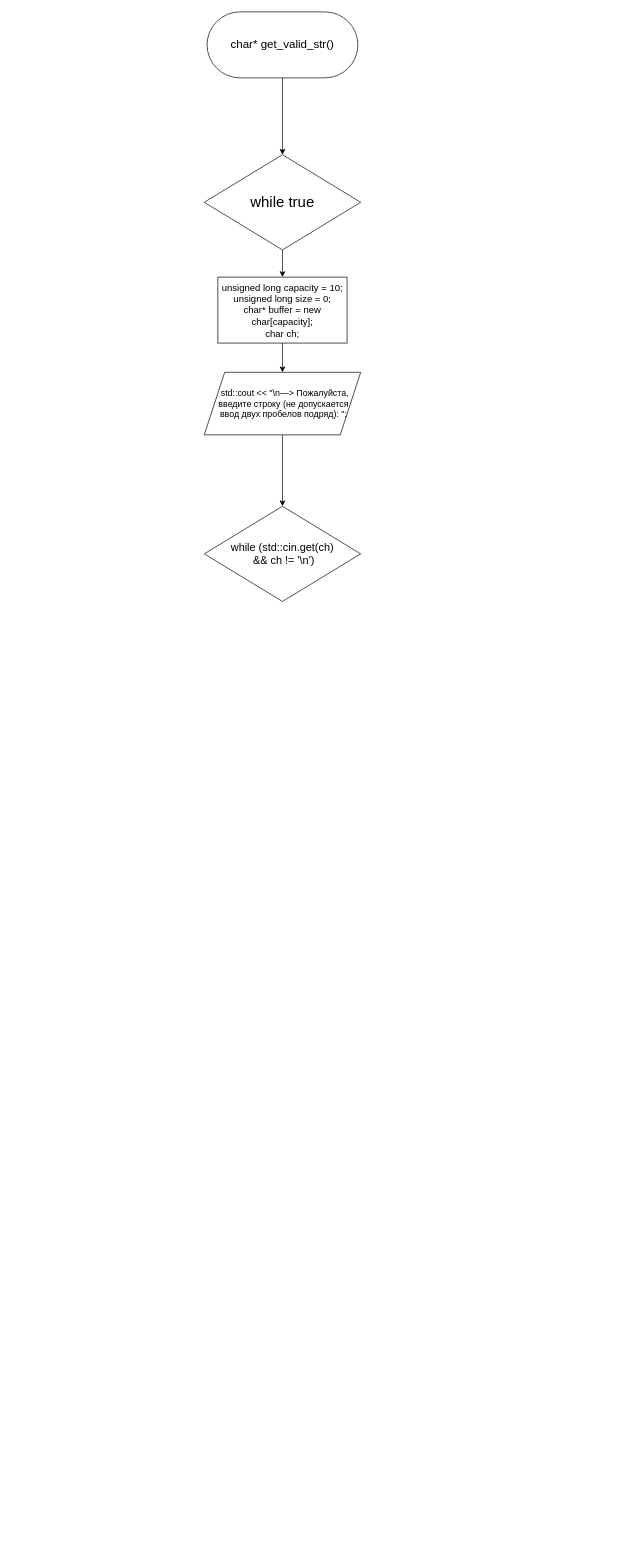
Earlier version of the draw.io diagram LAB7_get_valid_str.drawio (kravecila28-ops/Block-diagram_templates). Source tidied: cells renumbered, new cells numbered last; positions are measured from the earlier drawing's top-left corner, leaving out a move shared by most shapes. Both pictures are drawn from the tidied source at 68%, with x=0, y=0 at pixel (204, 12).
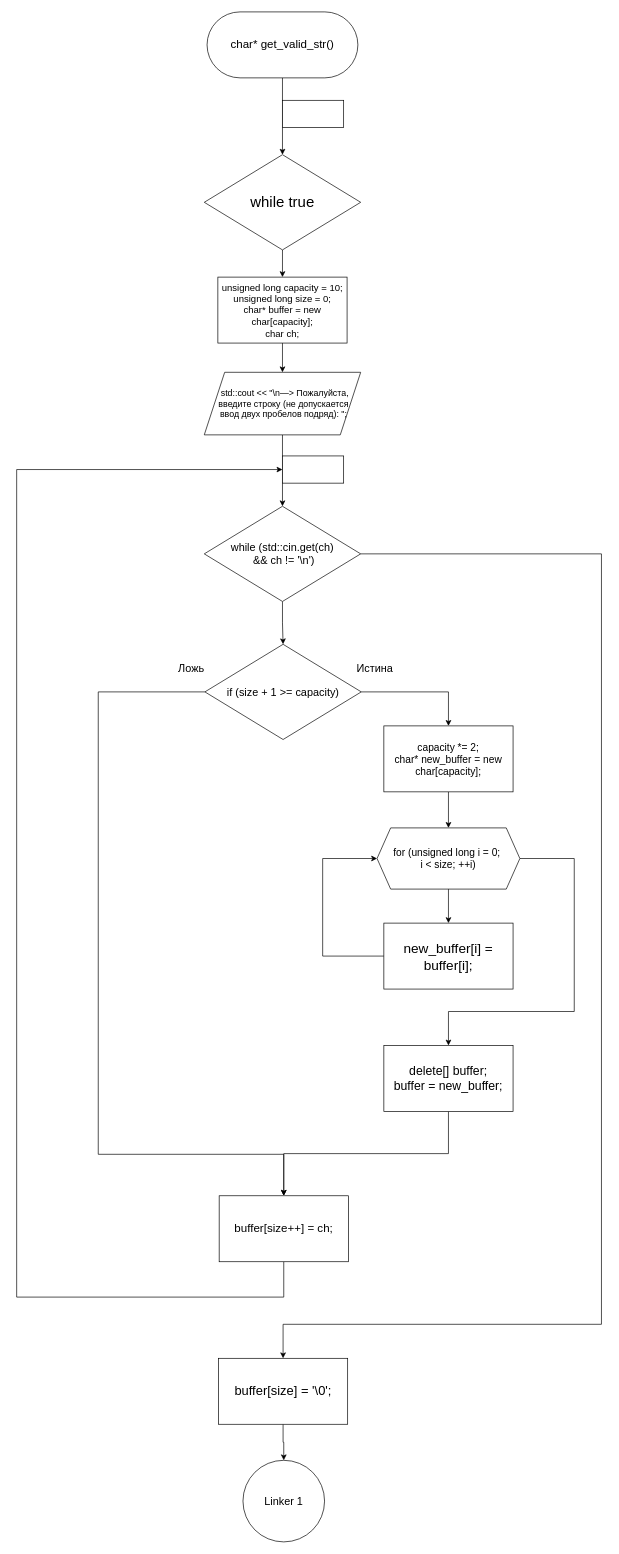
Above is the later version.

The change refers to these unchanged cells:
```xml
<mxCell id="10" value="&lt;font style=&quot;font-size: 16px;&quot;&gt;while (std::cin.get(ch)&lt;/font&gt;&lt;div&gt;&lt;font style=&quot;font-size: 16px;&quot;&gt;&amp;nbsp;&amp;amp;&amp;amp; ch != '\n')&lt;/font&gt;&lt;/div&gt;" style="rhombus;whiteSpace=wrap;html=1;labelBackgroundColor=none;" parent="1" vertex="1">
  <mxGeometry x="-0.1" y="727" width="230" height="140" as="geometry" />
</mxCell>
```

What changed in the source:
```diff
@@
+    <mxCell id="11" style="edgeStyle=orthogonalEdgeStyle;rounded=0;jettySize=auto;html=1;exitX=0.5;exitY=1;exitDx=0;exitDy=0;entryX=0.5;entryY=0;entryDx=0;entryDy=0;" parent="1" edge="1" source="10" target="17">
+      <mxGeometry relative="1" as="geometry" />
+    </mxCell>
+    <mxCell id="12" style="edgeStyle=orthogonalEdgeStyle;rounded=0;jettySize=auto;html=1;exitX=1;exitY=0.5;exitDx=0;exitDy=0;entryX=0.5;entryY=0;entryDx=0;entryDy=0;" parent="1" edge="1" source="10" target="32">
+      <mxGeometry relative="1" as="geometry">
+        <Array as="points">
+          <mxPoint x="584" y="797" />
+          <mxPoint x="584" y="1930" />
+          <mxPoint x="116" y="1930" />
+        </Array>
+      </mxGeometry>
+    </mxCell>
@@
+    <mxCell id="13" style="rounded=0;whiteSpace=wrap;html=1;" parent="1" vertex="1">
+      <mxGeometry x="114.9" y="130" width="90" height="40" as="geometry" />
+    </mxCell>
+    <mxCell id="14" style="rounded=0;whiteSpace=wrap;html=1;" parent="1" vertex="1">
+      <mxGeometry x="114.9" y="653" width="90" height="40" as="geometry" />
+    </mxCell>
+    <mxCell id="15" style="edgeStyle=orthogonalEdgeStyle;rounded=0;jettySize=auto;html=1;exitX=1;exitY=0.5;exitDx=0;exitDy=0;entryX=0.5;entryY=0;entryDx=0;entryDy=0;" parent="1" edge="1" source="17" target="26">
+      <mxGeometry relative="1" as="geometry" />
+    </mxCell>
+    <mxCell id="16" style="edgeStyle=orthogonalEdgeStyle;rounded=0;jettySize=auto;html=1;exitX=0;exitY=0.5;exitDx=0;exitDy=0;entryX=0.5;entryY=0;entryDx=0;entryDy=0;" parent="1" edge="1" source="17" target="21">
+      <mxGeometry relative="1" as="geometry">
+        <Array as="points">
+          <mxPoint x="-156" y="1000" />
+          <mxPoint x="-156" y="1680" />
+          <mxPoint x="117" y="1680" />
+        </Array>
+      </mxGeometry>
+    </mxCell>
+    <mxCell id="17" value="&lt;font style=&quot;font-size: 16px;&quot;&gt;if (size + 1 &amp;gt;= capacity)&lt;/font&gt;" style="rhombus;whiteSpace=wrap;html=1;labelBackgroundColor=none;" parent="1" vertex="1">
+      <mxGeometry x="0.8" y="930" width="230" height="140" as="geometry" />
+    </mxCell>
+    <mxCell id="18" value="&lt;font style=&quot;font-size: 16px;&quot;&gt;Истина&lt;/font&gt;" style="text;html=1;whiteSpace=wrap;strokeColor=none;fillColor=none;align=center;verticalAlign=middle;rounded=0;labelBackgroundColor=none;" parent="1" vertex="1">
+      <mxGeometry x="220.8" y="950" width="60" height="30" as="geometry" />
+    </mxCell>
+    <mxCell id="19" value="&lt;span style=&quot;font-size: 16px;&quot;&gt;Ложь&lt;/span&gt;" style="text;html=1;whiteSpace=wrap;strokeColor=none;fillColor=none;align=center;verticalAlign=middle;rounded=0;labelBackgroundColor=none;" parent="1" vertex="1">
+      <mxGeometry x="-49.2" y="950" width="60" height="30" as="geometry" />
+    </mxCell>
+    <mxCell id="20" style="edgeStyle=orthogonalEdgeStyle;rounded=0;jettySize=auto;html=1;exitX=0.5;exitY=1;exitDx=0;exitDy=0;entryX=0;entryY=0.5;entryDx=0;entryDy=0;" parent="1" edge="1" source="21" target="14">
+      <mxGeometry relative="1" as="geometry">
+        <Array as="points">
+          <mxPoint x="117" y="1890" />
+          <mxPoint x="-276" y="1890" />
+          <mxPoint x="-276" y="673" />
+        </Array>
+      </mxGeometry>
+    </mxCell>
+    <mxCell id="21" value="&lt;font style=&quot;font-size: 17px;&quot;&gt;buffer[size++] = ch;&lt;/font&gt;" style="rounded=0;whiteSpace=wrap;html=1;labelBackgroundColor=none;" parent="1" vertex="1">
+      <mxGeometry x="21.8" y="1741" width="190" height="97" as="geometry" />
+    </mxCell>
+    <mxCell id="22" style="edgeStyle=orthogonalEdgeStyle;rounded=0;jettySize=auto;html=1;exitX=0.5;exitY=1;exitDx=0;exitDy=0;entryX=0.5;entryY=0;entryDx=0;entryDy=0;" parent="1" edge="1" source="24" target="28">
+      <mxGeometry relative="1" as="geometry" />
+    </mxCell>
+    <mxCell id="23" style="edgeStyle=orthogonalEdgeStyle;rounded=0;jettySize=auto;html=1;exitX=1;exitY=0.5;exitDx=0;exitDy=0;entryX=0.5;entryY=0;entryDx=0;entryDy=0;" parent="1" edge="1" source="24" target="30">
+      <mxGeometry relative="1" as="geometry">
+        <Array as="points">
+          <mxPoint x="544" y="1245" />
+          <mxPoint x="544" y="1470" />
+          <mxPoint x="359" y="1470" />
+        </Array>
+      </mxGeometry>
+    </mxCell>
+    <mxCell id="24" value="&lt;div style=&quot;&quot;&gt;&lt;font style=&quot;font-size: 15px;&quot;&gt;for (unsigned long i = 0;&amp;nbsp;&lt;/font&gt;&lt;/div&gt;&lt;div style=&quot;&quot;&gt;&lt;font style=&quot;font-size: 15px;&quot;&gt;i &amp;lt; size; ++i)&lt;/font&gt;&lt;/div&gt;" style="shape=hexagon;perimeter=hexagonPerimeter2;whiteSpace=wrap;html=1;fixedSize=1;align=center;labelBackgroundColor=none;" parent="1" vertex="1">
+      <mxGeometry x="254" y="1200" width="210" height="90" as="geometry" />
+    </mxCell>
+    <mxCell id="25" style="edgeStyle=orthogonalEdgeStyle;rounded=0;jettySize=auto;html=1;exitX=0.5;exitY=1;exitDx=0;exitDy=0;entryX=0.5;entryY=0;entryDx=0;entryDy=0;" parent="1" edge="1" source="26" target="24">
+      <mxGeometry relative="1" as="geometry" />
+    </mxCell>
+    <mxCell id="26" value="&lt;div&gt;&lt;font style=&quot;font-size: 15px;&quot;&gt;capacity *= 2;&lt;/font&gt;&lt;/div&gt;&lt;div&gt;&lt;font style=&quot;font-size: 15px;&quot;&gt;char* new_buffer = new char[capacity];&lt;/font&gt;&lt;/div&gt;" style="rounded=0;whiteSpace=wrap;html=1;labelBackgroundColor=none;" parent="1" vertex="1">
+      <mxGeometry x="264" y="1050" width="190" height="97" as="geometry" />
+    </mxCell>
+    <mxCell id="27" style="edgeStyle=orthogonalEdgeStyle;rounded=0;jettySize=auto;html=1;exitX=0;exitY=0.5;exitDx=0;exitDy=0;entryX=0;entryY=0.5;entryDx=0;entryDy=0;" parent="1" edge="1" source="28" target="24">
+      <mxGeometry relative="1" as="geometry">
+        <Array as="points">
+          <mxPoint x="174" y="1389" />
+          <mxPoint x="174" y="1245" />
+        </Array>
+      </mxGeometry>
+    </mxCell>
+    <mxCell id="28" value="&lt;span style=&quot;font-size: 20px;&quot;&gt;new_buffer[i] = buffer[i];&lt;/span&gt;" style="rounded=0;whiteSpace=wrap;html=1;labelBackgroundColor=none;" parent="1" vertex="1">
+      <mxGeometry x="264" y="1340" width="190" height="97" as="geometry" />
+    </mxCell>
+    <mxCell id="29" style="edgeStyle=orthogonalEdgeStyle;rounded=0;jettySize=auto;html=1;exitX=0.5;exitY=1;exitDx=0;exitDy=0;entryX=0.5;entryY=0;entryDx=0;entryDy=0;" parent="1" edge="1" source="30" target="21">
+      <mxGeometry relative="1" as="geometry" />
+    </mxCell>
+    <mxCell id="30" value="&lt;div&gt;&lt;font style=&quot;font-size: 18px;&quot;&gt;delete[] buffer;&lt;/font&gt;&lt;/div&gt;&lt;div&gt;&lt;font style=&quot;font-size: 18px;&quot;&gt;buffer = new_buffer;&lt;/font&gt;&lt;/div&gt;" style="rounded=0;whiteSpace=wrap;html=1;labelBackgroundColor=none;" parent="1" vertex="1">
+      <mxGeometry x="264" y="1520" width="190" height="97" as="geometry" />
+    </mxCell>
+    <mxCell id="31" style="edgeStyle=orthogonalEdgeStyle;rounded=0;jettySize=auto;html=1;exitX=0.5;exitY=1;exitDx=0;exitDy=0;entryX=0.5;entryY=0;entryDx=0;entryDy=0;" parent="1" edge="1" source="32" target="33">
+      <mxGeometry relative="1" as="geometry" />
+    </mxCell>
+    <mxCell id="32" value="&lt;font style=&quot;font-size: 19px;&quot;&gt;buffer[size] = '\0';&lt;/font&gt;" style="rounded=0;whiteSpace=wrap;html=1;labelBackgroundColor=none;" parent="1" vertex="1">
+      <mxGeometry x="20.8" y="1980" width="190" height="97" as="geometry" />
+    </mxCell>
+    <mxCell id="33" value="&lt;font style=&quot;font-size: 16px;&quot;&gt;Linker 1&lt;/font&gt;" style="ellipse;whiteSpace=wrap;html=1;" parent="1" vertex="1">
+      <mxGeometry x="56.8" y="2130" width="120" height="120" as="geometry" />
+    </mxCell>
```
